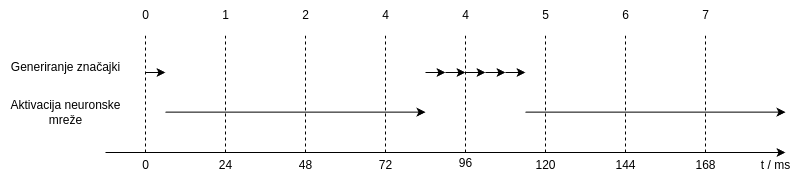
lbalic21/keyword_spotting keeps this draw.io diagram as docs/master_thesis/Chapters/implementacija/rts.png. Above is the earlier version. Source tidied: cells renumbered, new cells last; positions are measured from the earlier drawing's top-left corner, leaving out a move shared by most shapes.
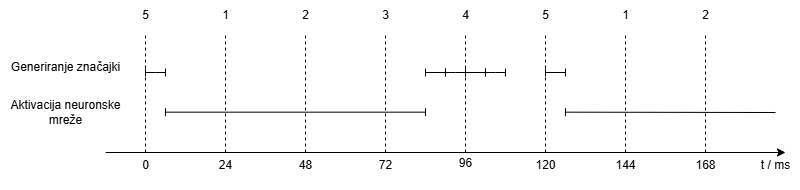
Above is the later version.

What changed in the source:
```diff
@@ -8,7 +8,7 @@
         <mxPoint x="785" y="152" as="targetPoint" />
       </mxGeometry>
     </mxCell>
-    <mxCell id="3" style="endArrow=classic;html=1;rounded=0;" parent="1" edge="1">
+    <mxCell id="3" style="endArrow=baseDash;html=1;rounded=0;startFill=0;startArrow=baseDash;endFill=0;" parent="1" edge="1">
       <mxGeometry relative="1" as="geometry">
         <mxPoint x="165" y="111.7" as="sourcePoint" />
         <mxPoint x="425" y="111.7" as="targetPoint" />
@@ -89,13 +89,13 @@
     <mxCell id="20" value="t / ms" style="text;html=1;align=center;verticalAlign=middle;strokeColor=none;fillColor=none;" parent="1" vertex="1">
       <mxGeometry x="750" y="150" width="50" height="30" as="geometry" />
     </mxCell>
-    <mxCell id="21" style="endArrow=classic;html=1;rounded=0;" parent="1" edge="1">
+    <mxCell id="21" style="endArrow=baseDash;html=1;rounded=0;startFill=0;startArrow=baseDash;endFill=0;" parent="1" edge="1">
       <mxGeometry relative="1" as="geometry">
         <mxPoint x="425" y="72" as="sourcePoint" />
         <mxPoint x="445" y="72" as="targetPoint" />
       </mxGeometry>
     </mxCell>
-    <mxCell id="22" style="endArrow=classic;html=1;rounded=0;" parent="1" edge="1">
+    <mxCell id="22" style="endArrow=baseDash;html=1;rounded=0;startFill=0;startArrow=baseDash;endFill=0;" parent="1" edge="1">
       <mxGeometry relative="1" as="geometry">
         <mxPoint x="445" y="72" as="sourcePoint" />
         <mxPoint x="465" y="72" as="targetPoint" />
@@ -104,25 +104,16 @@
         </Array>
       </mxGeometry>
     </mxCell>
-    <mxCell id="23" style="endArrow=classic;html=1;rounded=0;" parent="1" edge="1">
+    <mxCell id="23" style="endArrow=baseDash;html=1;rounded=0;startFill=0;startArrow=baseDash;endFill=0;" parent="1" edge="1">
       <mxGeometry relative="1" as="geometry">
         <mxPoint x="465" y="72" as="sourcePoint" />
         <mxPoint x="485" y="72" as="targetPoint" />
       </mxGeometry>
     </mxCell>
-    <mxCell id="24" style="endArrow=classic;html=1;rounded=0;" parent="1" edge="1">
-      <mxGeometry relative="1" as="geometry">
-        <mxPoint x="505" y="72" as="sourcePoint" />
-        <mxPoint x="525" y="72" as="targetPoint" />
-        <Array as="points">
-          <mxPoint x="515" y="72" />
-        </Array>
-      </mxGeometry>
-    </mxCell>
-    <mxCell id="25" style="endArrow=classic;html=1;rounded=0;" parent="1" edge="1">
+    <mxCell id="25" style="endArrow=none;html=1;rounded=0;endFill=0;startArrow=baseDash;startFill=0;" parent="1" edge="1">
       <mxGeometry relative="1" as="geometry">
-        <mxPoint x="525" y="111.7" as="sourcePoint" />
-        <mxPoint x="785" y="111.7" as="targetPoint" />
+        <mxPoint x="565" y="111.7" as="sourcePoint" />
+        <mxPoint x="775" y="112" as="targetPoint" />
       </mxGeometry>
     </mxCell>
     <mxCell id="26" value="5" style="text;html=1;align=center;verticalAlign=middle;strokeColor=none;fillColor=none;" parent="1" vertex="1">
@@ -131,7 +122,7 @@
     <mxCell id="27" value="4" style="text;html=1;align=center;verticalAlign=middle;strokeColor=none;fillColor=none;" parent="1" vertex="1">
       <mxGeometry x="450" width="30" height="30" as="geometry" />
     </mxCell>
-    <mxCell id="28" value="4" style="text;html=1;align=center;verticalAlign=middle;strokeColor=none;fillColor=none;" parent="1" vertex="1">
+    <mxCell id="28" value="3" style="text;html=1;align=center;verticalAlign=middle;strokeColor=none;fillColor=none;" parent="1" vertex="1">
       <mxGeometry x="370" width="30" height="30" as="geometry" />
     </mxCell>
     <mxCell id="29" value="2" style="text;html=1;align=center;verticalAlign=middle;strokeColor=none;fillColor=none;" parent="1" vertex="1">
@@ -140,7 +131,7 @@
     <mxCell id="30" value="1" style="text;html=1;align=center;verticalAlign=middle;strokeColor=none;fillColor=none;" parent="1" vertex="1">
       <mxGeometry x="210" width="30" height="30" as="geometry" />
     </mxCell>
-    <mxCell id="31" value="0" style="text;html=1;align=center;verticalAlign=middle;strokeColor=none;fillColor=none;" parent="1" vertex="1">
+    <mxCell id="31" value="5" style="text;html=1;align=center;verticalAlign=middle;strokeColor=none;fillColor=none;" parent="1" vertex="1">
       <mxGeometry x="130" width="30" height="30" as="geometry" />
     </mxCell>
     <mxCell id="32" value="Generiranje značajki" style="text;html=1;align=center;verticalAlign=middle;strokeColor=none;fillColor=none;" parent="1" vertex="1">
@@ -149,13 +140,13 @@
     <mxCell id="33" value="Aktivacija neuronske&lt;div&gt;mreže&lt;/div&gt;" style="text;html=1;align=center;verticalAlign=middle;strokeColor=none;fillColor=none;" parent="1" vertex="1">
       <mxGeometry y="92" width="130" height="40" as="geometry" />
     </mxCell>
-    <mxCell id="34" value="6" style="text;html=1;align=center;verticalAlign=middle;strokeColor=none;fillColor=none;" parent="1" vertex="1">
+    <mxCell id="34" value="1" style="text;html=1;align=center;verticalAlign=middle;strokeColor=none;fillColor=none;" parent="1" vertex="1">
       <mxGeometry x="610" width="30" height="30" as="geometry" />
     </mxCell>
-    <mxCell id="35" value="7" style="text;html=1;align=center;verticalAlign=middle;strokeColor=none;fillColor=none;" parent="1" vertex="1">
+    <mxCell id="35" value="2" style="text;html=1;align=center;verticalAlign=middle;strokeColor=none;fillColor=none;" parent="1" vertex="1">
       <mxGeometry x="690" width="30" height="30" as="geometry" />
     </mxCell>
-    <mxCell id="36" style="endArrow=classic;html=1;rounded=0;" parent="1" edge="1">
+    <mxCell id="36" style="endArrow=baseDash;html=1;rounded=0;startFill=0;startArrow=baseDash;endFill=0;" parent="1" edge="1">
       <mxGeometry relative="1" as="geometry">
         <mxPoint x="145" y="72" as="sourcePoint" />
         <mxPoint x="165" y="72" as="targetPoint" />
@@ -164,7 +155,7 @@
         </Array>
       </mxGeometry>
     </mxCell>
-    <mxCell id="37" style="endArrow=classic;html=1;rounded=0;" parent="1" edge="1">
+    <mxCell id="37" style="endArrow=baseDash;html=1;rounded=0;startFill=0;startArrow=baseDash;endFill=0;" parent="1" edge="1">
       <mxGeometry relative="1" as="geometry">
         <mxPoint x="485" y="72" as="sourcePoint" />
         <mxPoint x="505" y="72" as="targetPoint" />
@@ -173,5 +164,11 @@
         </Array>
       </mxGeometry>
     </mxCell>
+    <mxCell id="38" style="endArrow=baseDash;html=1;rounded=0;startFill=0;startArrow=baseDash;endFill=0;" parent="1" edge="1">
+      <mxGeometry relative="1" as="geometry">
+        <mxPoint x="545" y="72" as="sourcePoint" />
+        <mxPoint x="565" y="72" as="targetPoint" />
+      </mxGeometry>
+    </mxCell>
   </root>
 </mxGraphModel>
```
